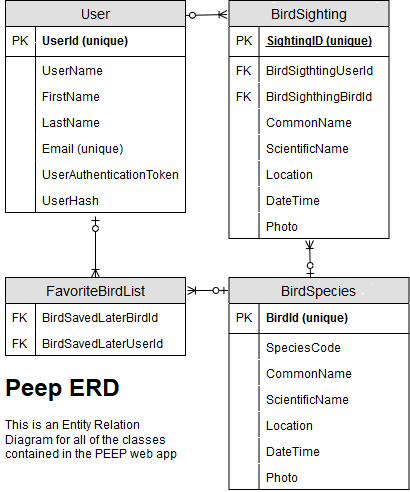
Above: epic/erd-final.png in deepdivebirbs/peep (draw.io), before the change. Source tidied: cells renumbered, new cells last; positions are measured from the earlier drawing's top-left corner, leaving out a move shared by most shapes.
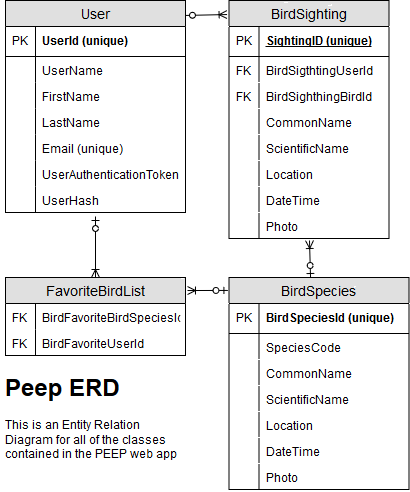
Later version of the same file.

Commit message:
made another adjustment to final ERD

Change to the diagram source:
```diff
@@ -117,13 +117,13 @@
     <mxCell id="38" value="FavoriteBirdList" style="swimlane;fontStyle=0;horizontal=1;startSize=26;fillColor=#e0e0e0;swimlaneFillColor=#ffffff;align=center;fontSize=14;" parent="1" vertex="1">
       <mxGeometry x="5" y="277" width="180" height="78" as="geometry" />
     </mxCell>
-    <mxCell id="39" value="BirdSavedLaterBirdId" style="shape=partialRectangle;top=0;left=0;right=0;bottom=0;align=left;verticalAlign=top;fillColor=none;spacingLeft=34;spacingRight=4;overflow=hidden;fontSize=12;" parent="38" vertex="1">
+    <mxCell id="39" value="BirdFavoriteBirdSpeciesId" style="shape=partialRectangle;top=0;left=0;right=0;bottom=0;align=left;verticalAlign=top;fillColor=none;spacingLeft=34;spacingRight=4;overflow=hidden;fontSize=12;" parent="38" vertex="1">
       <mxGeometry y="26" width="180" height="26" as="geometry" />
     </mxCell>
     <mxCell id="40" value="FK" style="shape=partialRectangle;top=0;left=0;bottom=0;fillColor=none;align=left;verticalAlign=top;spacingLeft=4;spacingRight=4;overflow=hidden;fontSize=12;" parent="39" vertex="1">
       <mxGeometry width="30" height="26" as="geometry" />
     </mxCell>
-    <mxCell id="41" value="BirdSavedLaterUserId" style="shape=partialRectangle;top=0;left=0;right=0;bottom=0;align=left;verticalAlign=top;fillColor=none;spacingLeft=34;spacingRight=4;overflow=hidden;fontSize=12;" parent="38" vertex="1">
+    <mxCell id="41" value="BirdFavoriteUserId" style="shape=partialRectangle;top=0;left=0;right=0;bottom=0;align=left;verticalAlign=top;fillColor=none;spacingLeft=34;spacingRight=4;overflow=hidden;fontSize=12;" parent="38" vertex="1">
       <mxGeometry y="52" width="180" height="26" as="geometry" />
     </mxCell>
     <mxCell id="42" value="FK" style="shape=partialRectangle;top=0;left=0;bottom=0;fillColor=none;align=left;verticalAlign=top;spacingLeft=4;spacingRight=4;overflow=hidden;fontSize=12;" parent="41" vertex="1">
@@ -132,7 +132,7 @@
     <mxCell id="43" value="BirdSpecies" style="swimlane;fontStyle=0;horizontal=1;startSize=26;fillColor=#e0e0e0;swimlaneFillColor=#ffffff;align=center;fontSize=14;" parent="1" vertex="1">
       <mxGeometry x="228.5" y="277" width="180" height="212" as="geometry" />
     </mxCell>
-    <mxCell id="44" value="BirdId (unique)" style="shape=partialRectangle;top=0;left=0;right=0;bottom=1;align=left;verticalAlign=middle;fillColor=none;spacingLeft=34;spacingRight=4;overflow=hidden;fontStyle=1;fontSize=12;" parent="43" vertex="1">
+    <mxCell id="44" value="BirdSpeciesId (unique)" style="shape=partialRectangle;top=0;left=0;right=0;bottom=1;align=left;verticalAlign=middle;fillColor=none;spacingLeft=34;spacingRight=4;overflow=hidden;fontStyle=1;fontSize=12;" parent="43" vertex="1">
       <mxGeometry y="26" width="180" height="30" as="geometry" />
     </mxCell>
     <mxCell id="45" value="PK" style="shape=partialRectangle;top=0;left=0;bottom=0;fillColor=none;align=left;verticalAlign=middle;spacingLeft=4;spacingRight=4;overflow=hidden;fontSize=12;" parent="44" vertex="1">
```
